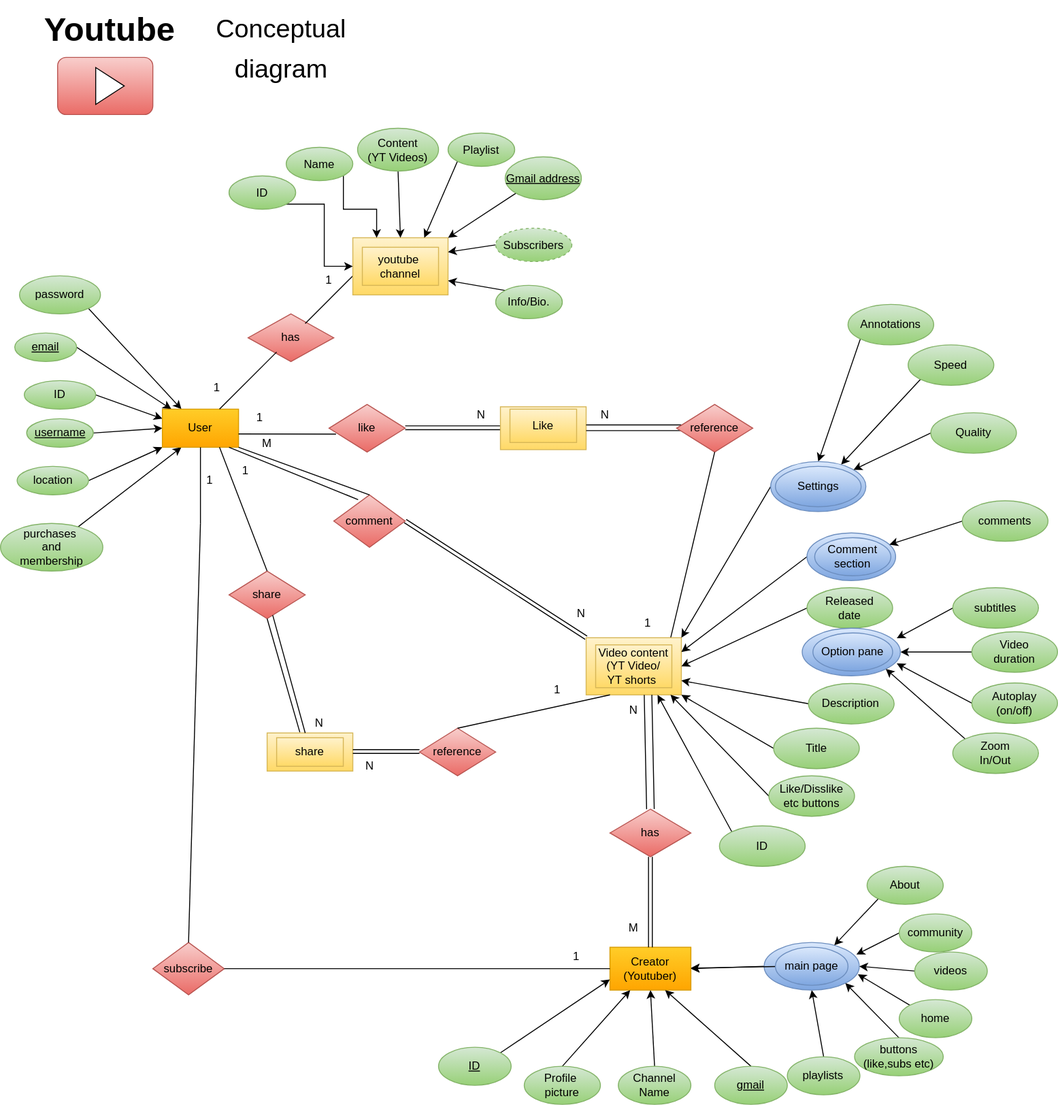
Earlier version of the draw.io export Diagrams/Youtube Conceptual diagram.drawio.svg (Enes-hacker/Conceptual-diagram-of-Youtube). Source tidied: cells renumbered, new cells last; positions are measured from the earlier drawing's top-left corner, leaving out a move shared by most shapes.
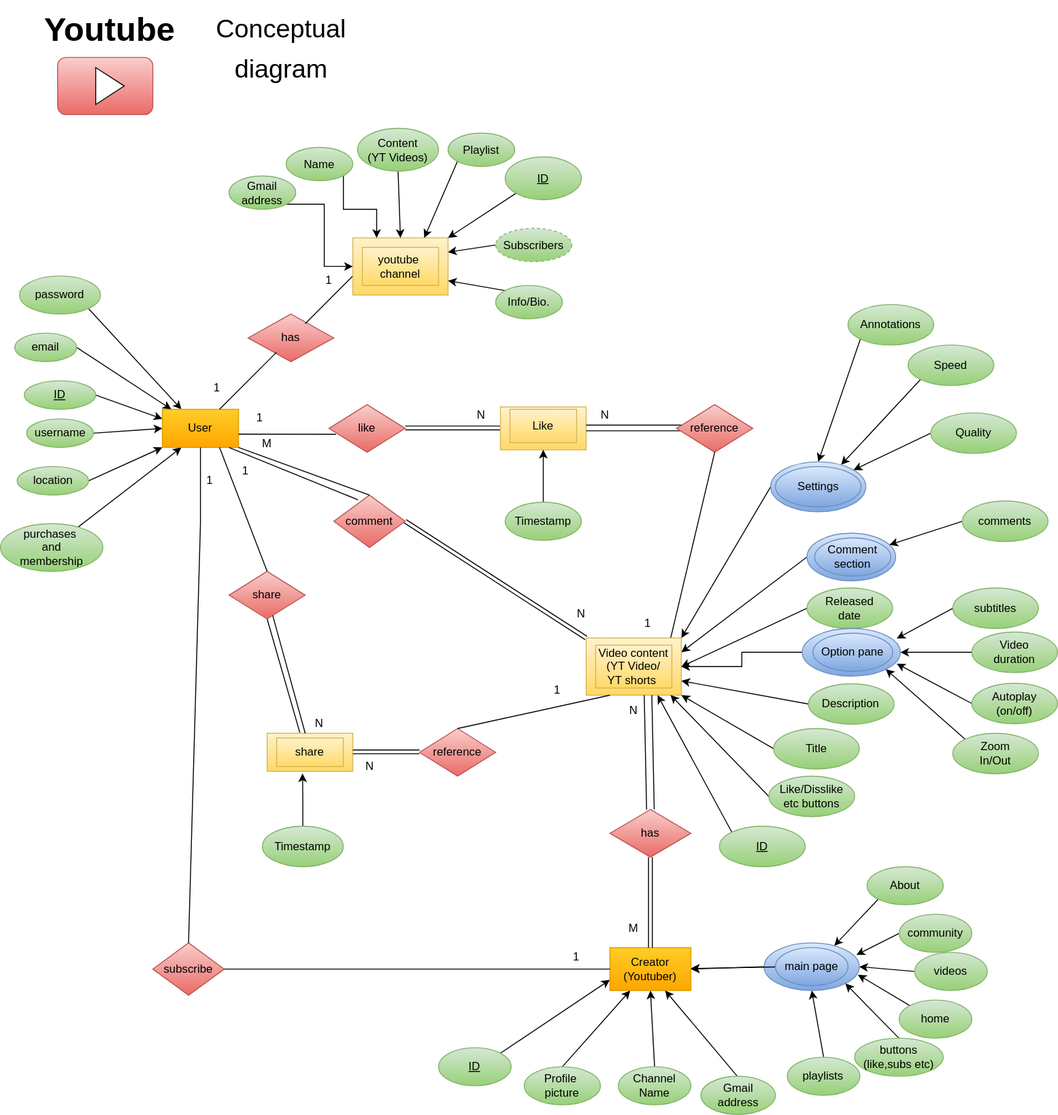
After the change.

The edit, as a diff of the source:
```diff
@@ -5,13 +5,13 @@
     <mxCell id="2" style="edgeStyle=none;rounded=0;jettySize=auto;html=1;exitX=1;exitY=0.5;exitDx=0;exitDy=0;entryX=0;entryY=0.25;entryDx=0;entryDy=0;" parent="1" edge="1" source="3" target="14">
       <mxGeometry relative="1" as="geometry" />
     </mxCell>
-    <mxCell id="3" value="ID" style="ellipse;whiteSpace=wrap;html=1;fillColor=#d5e8d4;gradientColor=#97d077;strokeColor=#82b366;" parent="1" vertex="1">
+    <mxCell id="3" value="&lt;u&gt;ID&lt;/u&gt;" style="ellipse;whiteSpace=wrap;html=1;fillColor=#d5e8d4;gradientColor=#97d077;strokeColor=#82b366;" parent="1" vertex="1">
       <mxGeometry x="25" y="399" width="75" height="30" as="geometry" />
     </mxCell>
     <mxCell id="4" style="edgeStyle=none;rounded=0;jettySize=auto;html=1;exitX=1;exitY=0.5;exitDx=0;exitDy=0;entryX=0;entryY=0.5;entryDx=0;entryDy=0;" parent="1" edge="1" source="5" target="14">
       <mxGeometry relative="1" as="geometry" />
     </mxCell>
-    <mxCell id="5" value="&lt;u&gt;username&lt;/u&gt;" style="ellipse;whiteSpace=wrap;html=1;fillColor=#d5e8d4;gradientColor=#97d077;strokeColor=#82b366;" parent="1" vertex="1">
+    <mxCell id="5" value="username" style="ellipse;whiteSpace=wrap;html=1;fillColor=#d5e8d4;gradientColor=#97d077;strokeColor=#82b366;" parent="1" vertex="1">
       <mxGeometry x="27.5" y="439" width="70" height="30" as="geometry" />
     </mxCell>
     <mxCell id="6" style="edgeStyle=none;rounded=0;jettySize=auto;html=1;exitX=1;exitY=0.5;exitDx=0;exitDy=0;entryX=0;entryY=1;entryDx=0;entryDy=0;" parent="1" edge="1" source="7" target="14">
@@ -23,7 +23,7 @@
     <mxCell id="8" style="edgeStyle=none;rounded=0;jettySize=auto;html=1;exitX=1;exitY=0.5;exitDx=0;exitDy=0;" parent="1" edge="1" source="9" target="14">
       <mxGeometry relative="1" as="geometry" />
     </mxCell>
-    <mxCell id="9" value="&lt;u&gt;email&lt;/u&gt;" style="ellipse;whiteSpace=wrap;html=1;fillColor=#d5e8d4;gradientColor=#97d077;strokeColor=#82b366;" parent="1" vertex="1">
+    <mxCell id="9" value="email" style="ellipse;whiteSpace=wrap;html=1;fillColor=#d5e8d4;gradientColor=#97d077;strokeColor=#82b366;" parent="1" vertex="1">
       <mxGeometry x="15" y="349" width="65" height="30" as="geometry" />
     </mxCell>
     <mxCell id="10" style="edgeStyle=none;rounded=0;jettySize=auto;html=1;exitX=1;exitY=1;exitDx=0;exitDy=0;entryX=0.25;entryY=0;entryDx=0;entryDy=0;" parent="1" edge="1" source="11" target="14">
@@ -70,13 +70,13 @@
     <mxCell id="22" style="edgeStyle=orthogonalEdgeStyle;rounded=0;jettySize=auto;html=1;exitX=1;exitY=1;exitDx=0;exitDy=0;entryX=0;entryY=0.5;entryDx=0;entryDy=0;" parent="1" edge="1" source="23" target="18">
       <mxGeometry relative="1" as="geometry" />
     </mxCell>
-    <mxCell id="23" value="ID" style="ellipse;whiteSpace=wrap;html=1;fillColor=#d5e8d4;gradientColor=#97d077;strokeColor=#82b366;" parent="1" vertex="1">
+    <mxCell id="23" value="Gmail&lt;u&gt; &lt;/u&gt;address" style="ellipse;whiteSpace=wrap;html=1;fillColor=#d5e8d4;gradientColor=#97d077;strokeColor=#82b366;" parent="1" vertex="1">
       <mxGeometry x="240" y="184" width="70" height="35" as="geometry" />
     </mxCell>
     <mxCell id="24" style="edgeStyle=none;rounded=0;jettySize=auto;html=1;exitX=0;exitY=1;exitDx=0;exitDy=0;entryX=1;entryY=0;entryDx=0;entryDy=0;" parent="1" edge="1" source="25" target="18">
       <mxGeometry relative="1" as="geometry" />
     </mxCell>
-    <mxCell id="25" value="Gmail address" style="ellipse;whiteSpace=wrap;html=1;fillColor=#d5e8d4;gradientColor=#97d077;strokeColor=#82b366;fontStyle=4;" parent="1" vertex="1">
+    <mxCell id="25" value="ID" style="ellipse;whiteSpace=wrap;html=1;fillColor=#d5e8d4;gradientColor=#97d077;strokeColor=#82b366;fontStyle=4;align=center;" parent="1" vertex="1">
       <mxGeometry x="530" y="164" width="80" height="45" as="geometry" />
     </mxCell>
     <mxCell id="26" style="edgeStyle=none;rounded=0;jettySize=auto;html=1;exitX=0;exitY=0;exitDx=0;exitDy=0;entryX=1;entryY=0.75;entryDx=0;entryDy=0;" parent="1" edge="1" source="27" target="18">
@@ -231,8 +231,8 @@
     <mxCell id="68" style="edgeStyle=none;rounded=0;jettySize=auto;html=1;exitX=0.5;exitY=0;exitDx=0;exitDy=0;entryX=0.682;entryY=1;entryDx=0;entryDy=0;entryPerimeter=0;" parent="1" edge="1" source="69" target="59">
       <mxGeometry relative="1" as="geometry" />
     </mxCell>
-    <mxCell id="69" value="gmail" style="ellipse;whiteSpace=wrap;html=1;fillColor=#d5e8d4;gradientColor=#97d077;strokeColor=#82b366;fontStyle=4;" parent="1" vertex="1">
-      <mxGeometry x="750" y="1119" width="76.2" height="40" as="geometry" />
+    <mxCell id="69" style="ellipse;whiteSpace=wrap;html=1;fillColor=#d5e8d4;gradientColor=#97d077;strokeColor=#82b366;fontStyle=4;" parent="1" vertex="1">
+      <mxGeometry x="735.6" y="1129" width="76.2" height="40" as="geometry" />
     </mxCell>
     <mxCell id="70" style="edgeStyle=none;rounded=0;jettySize=auto;html=1;" parent="1" edge="1" source="71" target="59">
       <mxGeometry relative="1" as="geometry" />
@@ -297,7 +297,7 @@
     <mxCell id="90" style="edgeStyle=none;rounded=0;jettySize=auto;html=1;exitX=0;exitY=0;exitDx=0;exitDy=0;entryX=0.75;entryY=1;entryDx=0;entryDy=0;" parent="1" edge="1" source="91" target="46">
       <mxGeometry relative="1" as="geometry" />
     </mxCell>
-    <mxCell id="91" value="ID" style="ellipse;whiteSpace=wrap;html=1;fillColor=#d5e8d4;gradientColor=#97d077;strokeColor=#82b366;" parent="1" vertex="1">
+    <mxCell id="91" value="&lt;u&gt;ID&lt;/u&gt;" style="ellipse;whiteSpace=wrap;html=1;fillColor=#d5e8d4;gradientColor=#97d077;strokeColor=#82b366;" parent="1" vertex="1">
       <mxGeometry x="755" y="866.5" width="90" height="42.5" as="geometry" />
     </mxCell>
     <mxCell id="92" value="Comment&lt;br&gt;section" style="ellipse;whiteSpace=wrap;html=1;fillColor=#dae8fc;gradientColor=#7ea6e0;strokeColor=#6c8ebf;" parent="1" vertex="1">
@@ -372,6 +372,9 @@
     <mxCell id="115" value="Speed" style="ellipse;whiteSpace=wrap;html=1;fillColor=#d5e8d4;gradientColor=#97d077;strokeColor=#82b366;" parent="1" vertex="1">
       <mxGeometry x="953.1" y="361.5" width="90" height="42.5" as="geometry" />
     </mxCell>
+    <mxCell id="144" style="edgeStyle=orthogonalEdgeStyle;rounded=0;jettySize=auto;html=1;exitX=0;exitY=0.5;exitDx=0;exitDy=0;entryX=1;entryY=0.5;entryDx=0;entryDy=0;" parent="1" edge="1" source="116" target="46">
+      <mxGeometry relative="1" as="geometry" />
+    </mxCell>
     <mxCell id="116" style="ellipse;whiteSpace=wrap;html=1;fillColor=#dae8fc;gradientColor=#7ea6e0;strokeColor=#6c8ebf;" parent="1" vertex="1">
       <mxGeometry x="841.9" y="659" width="103.1" height="50" as="geometry" />
     </mxCell>
@@ -462,5 +465,20 @@
     <mxCell id="143" style="edgeStyle=none;rounded=0;orthogonalLoop=1;jettySize=auto;html=1;exitX=0.25;exitY=0;exitDx=0;exitDy=0;fontSize=27;" parent="1" edge="1" source="142" target="142">
       <mxGeometry relative="1" as="geometry" />
     </mxCell>
+    <mxCell id="145" value="Gmail address" style="ellipse;whiteSpace=wrap;html=1;fillColor=#d5e8d4;gradientColor=#97d077;strokeColor=#82b366;" parent="1" vertex="1">
+      <mxGeometry x="735.6" y="1129" width="78.1" height="40" as="geometry" />
+    </mxCell>
+    <mxCell id="146" style="edgeStyle=orthogonalEdgeStyle;rounded=0;jettySize=auto;html=1;exitX=0.5;exitY=0;exitDx=0;exitDy=0;entryX=0.5;entryY=1;entryDx=0;entryDy=0;" parent="1" edge="1" source="147" target="41">
+      <mxGeometry relative="1" as="geometry" />
+    </mxCell>
+    <mxCell id="147" value="Timestamp" style="ellipse;whiteSpace=wrap;html=1;fillColor=#d5e8d4;gradientColor=#97d077;strokeColor=#82b366;" parent="1" vertex="1">
+      <mxGeometry x="530" y="526.5" width="80" height="40" as="geometry" />
+    </mxCell>
+    <mxCell id="148" style="edgeStyle=orthogonalEdgeStyle;rounded=0;jettySize=auto;html=1;exitX=0.5;exitY=0;exitDx=0;exitDy=0;entryX=0.413;entryY=1.055;entryDx=0;entryDy=0;entryPerimeter=0;" parent="1" edge="1" source="149" target="52">
+      <mxGeometry relative="1" as="geometry" />
+    </mxCell>
+    <mxCell id="149" value="Timestamp" style="ellipse;whiteSpace=wrap;html=1;fillColor=#d5e8d4;gradientColor=#97d077;strokeColor=#82b366;" parent="1" vertex="1">
+      <mxGeometry x="275" y="866.5" width="85" height="42.5" as="geometry" />
+    </mxCell>
   </root>
 </mxGraphModel>
```
